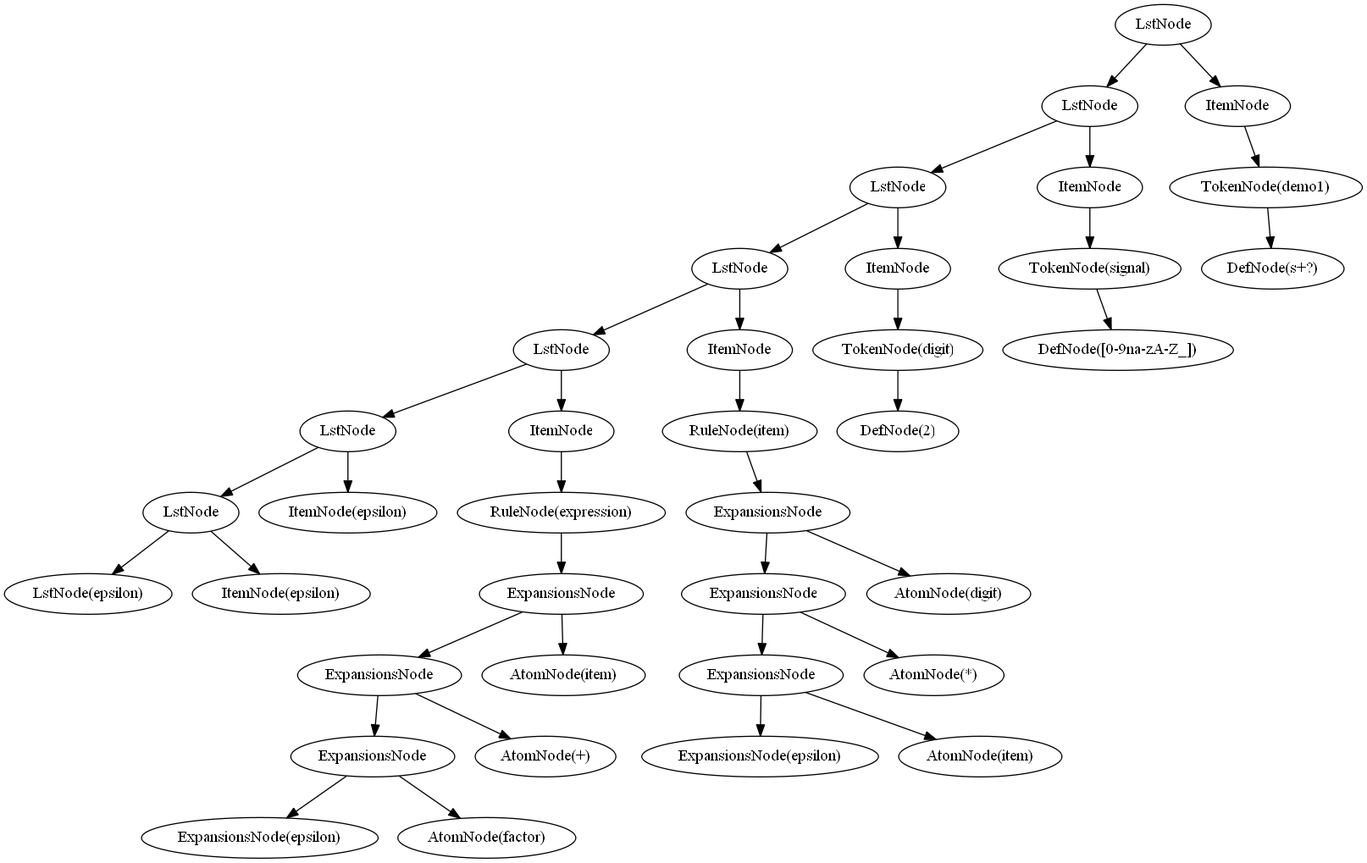
Earlier version of the Graphviz export SyntaxTree.png (lishuhuakai/TinyYACC). Its source is kept beside it as SyntaxTree.gv.
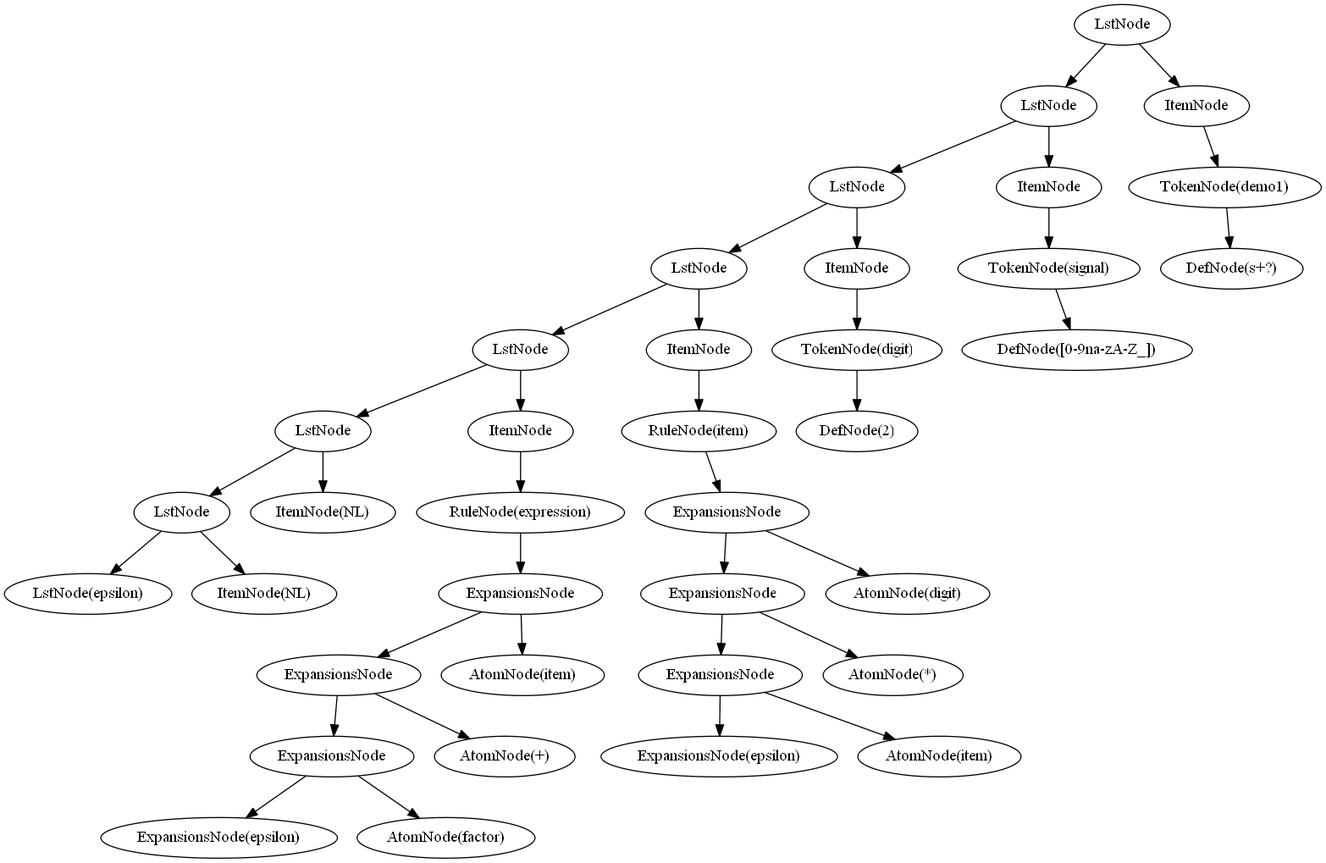
The same diagram one commit later.

Change to the diagram source:
```diff
@@ -7,8 +7,8 @@
 fF56[label="LstNode"];
 gG67[label="LstNode"];
 hH78[label="LstNode(epsilon)"];
-iI89[label="ItemNode(epsilon)"];
-jJ90[label="ItemNode(epsilon)"];
+iI89[label="ItemNode(NL)"];
+jJ90[label="ItemNode(NL)"];
 kK01[label="ItemNode"];
 lL12[label="RuleNode(expression)"];
 mM23[label="ExpansionsNode"];
```
